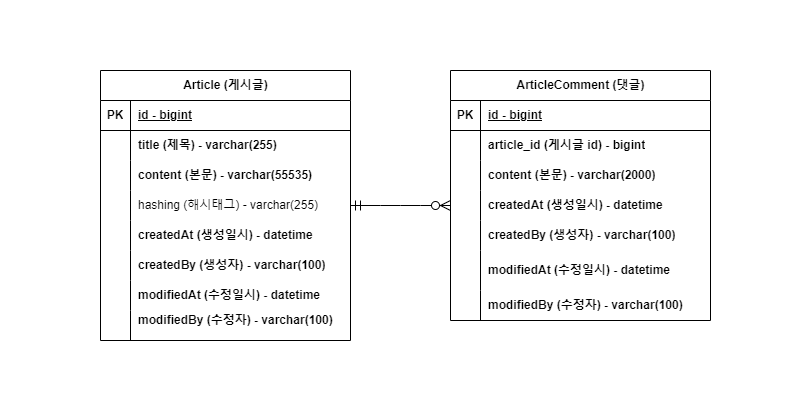
Above: project-board-erd.png in jm1030/board-project (draw.io), before the change. Source tidied: cells renumbered, new cells last; positions are measured from the earlier drawing's top-left corner, leaving out a move shared by most shapes.
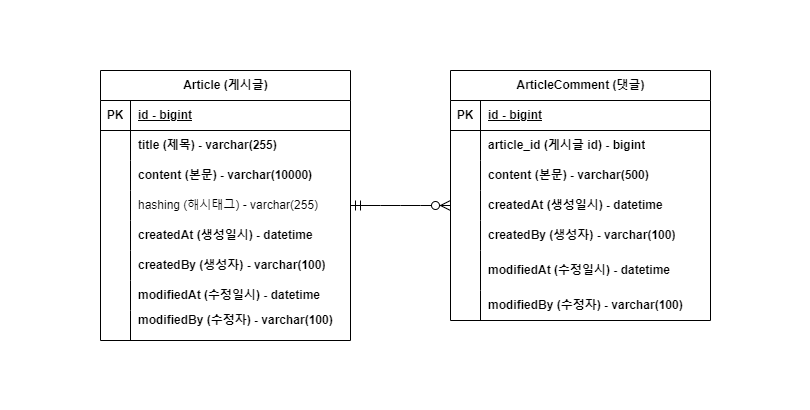
The same file after the commit.

What changed in the source:
```diff
@@ -29,7 +29,7 @@
     <mxCell id="10" style="shape=partialRectangle;fillColor=none;top=0;left=0;bottom=0;right=0;overflow=hidden;whiteSpace=wrap;html=1;" parent="9" vertex="1">
       <mxGeometry width="30" height="30" as="geometry" />
     </mxCell>
-    <mxCell id="11" value="content (본문) - varchar(55535)" style="shape=partialRectangle;fillColor=none;top=0;left=0;bottom=0;right=0;align=left;spacingLeft=6;overflow=hidden;whiteSpace=wrap;html=1;fontStyle=1;" parent="9" vertex="1">
+    <mxCell id="11" value="content (본문) - varchar(10000)" style="shape=partialRectangle;fillColor=none;top=0;left=0;bottom=0;right=0;align=left;spacingLeft=6;overflow=hidden;whiteSpace=wrap;html=1;fontStyle=1;" parent="9" vertex="1">
       <mxGeometry x="30" width="220" height="30" as="geometry" />
     </mxCell>
     <mxCell id="12" style="shape=tableRow;horizontal=0;startSize=0;swimlaneHead=0;swimlaneBody=0;fillColor=none;points=[[0,0.5],[1,0.5]];portConstraint=eastwest;top=0;left=0;right=0;bottom=0;" parent="2" vertex="1">
@@ -104,7 +104,7 @@
     <mxCell id="35" style="shape=partialRectangle;fillColor=none;top=0;left=0;bottom=0;right=0;overflow=hidden;whiteSpace=wrap;html=1;" parent="34" vertex="1">
       <mxGeometry width="30" height="30" as="geometry" />
     </mxCell>
-    <mxCell id="36" value="content (본문) - varchar(2000)" style="shape=partialRectangle;fillColor=none;top=0;left=0;bottom=0;right=0;align=left;spacingLeft=6;overflow=hidden;whiteSpace=wrap;html=1;fontStyle=1;" parent="34" vertex="1">
+    <mxCell id="36" value="content (본문) - varchar(500)" style="shape=partialRectangle;fillColor=none;top=0;left=0;bottom=0;right=0;align=left;spacingLeft=6;overflow=hidden;whiteSpace=wrap;html=1;fontStyle=1;" parent="34" vertex="1">
       <mxGeometry x="30" width="230" height="30" as="geometry" />
     </mxCell>
     <mxCell id="37" style="shape=tableRow;horizontal=0;startSize=0;swimlaneHead=0;swimlaneBody=0;fillColor=none;points=[[0,0.5],[1,0.5]];portConstraint=eastwest;top=0;left=0;right=0;bottom=0;" parent="27" vertex="1">
```
